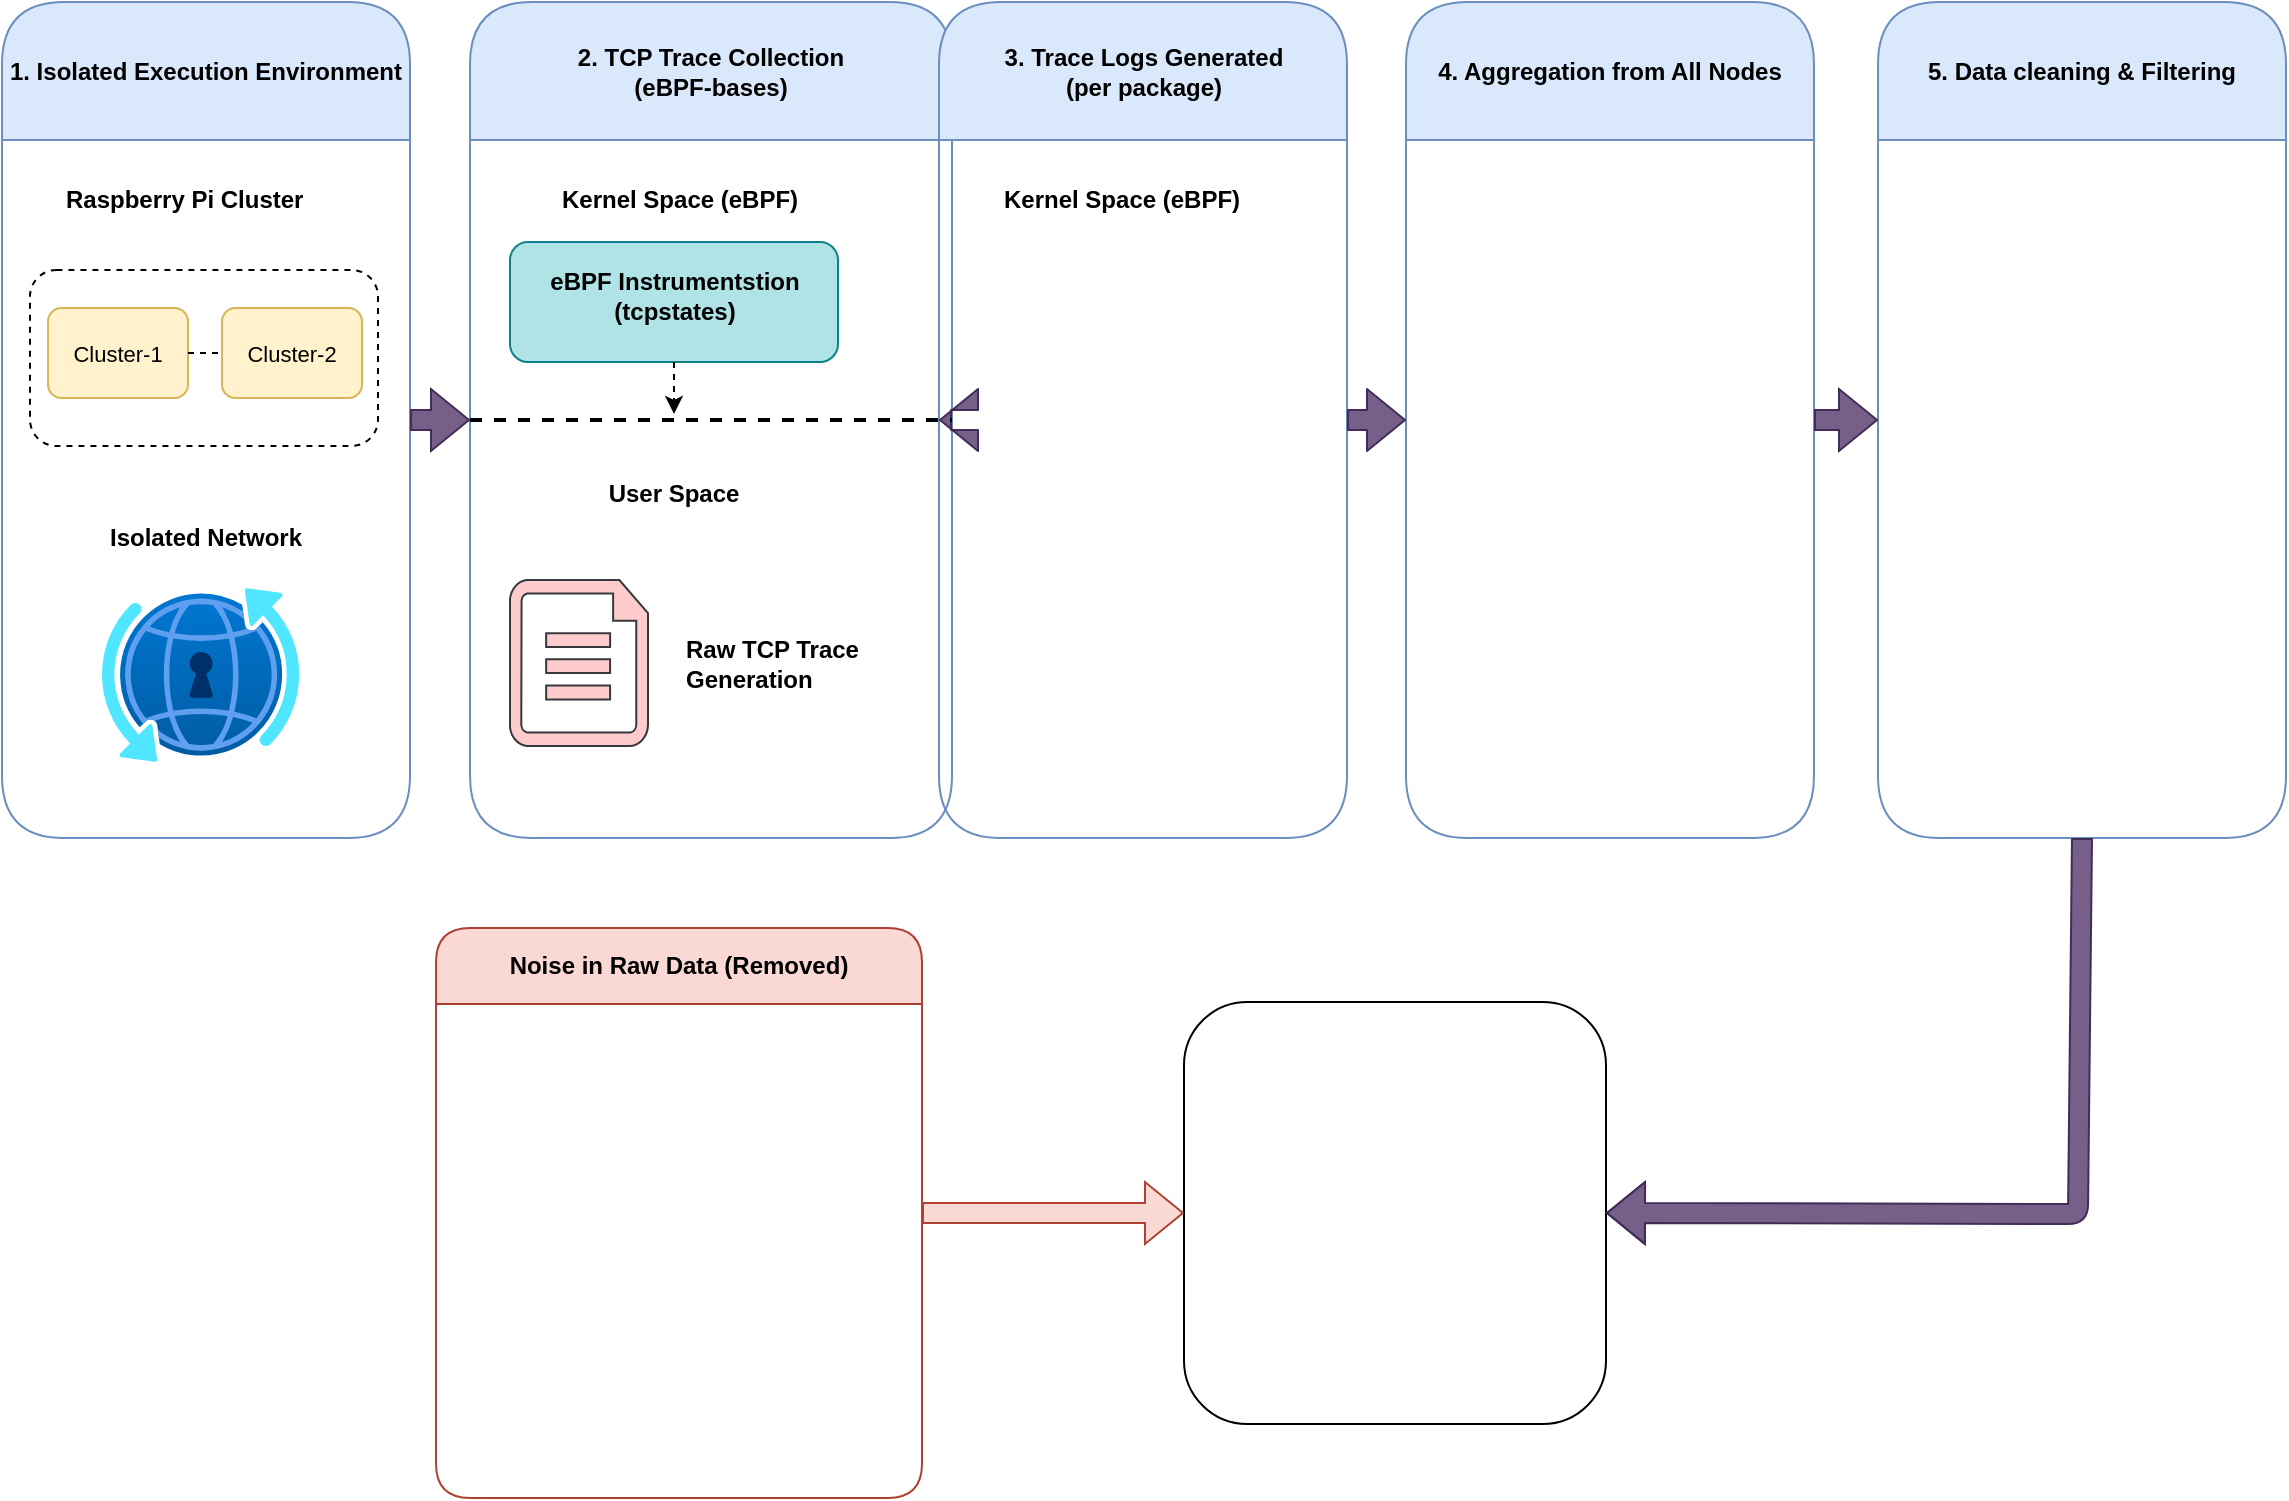
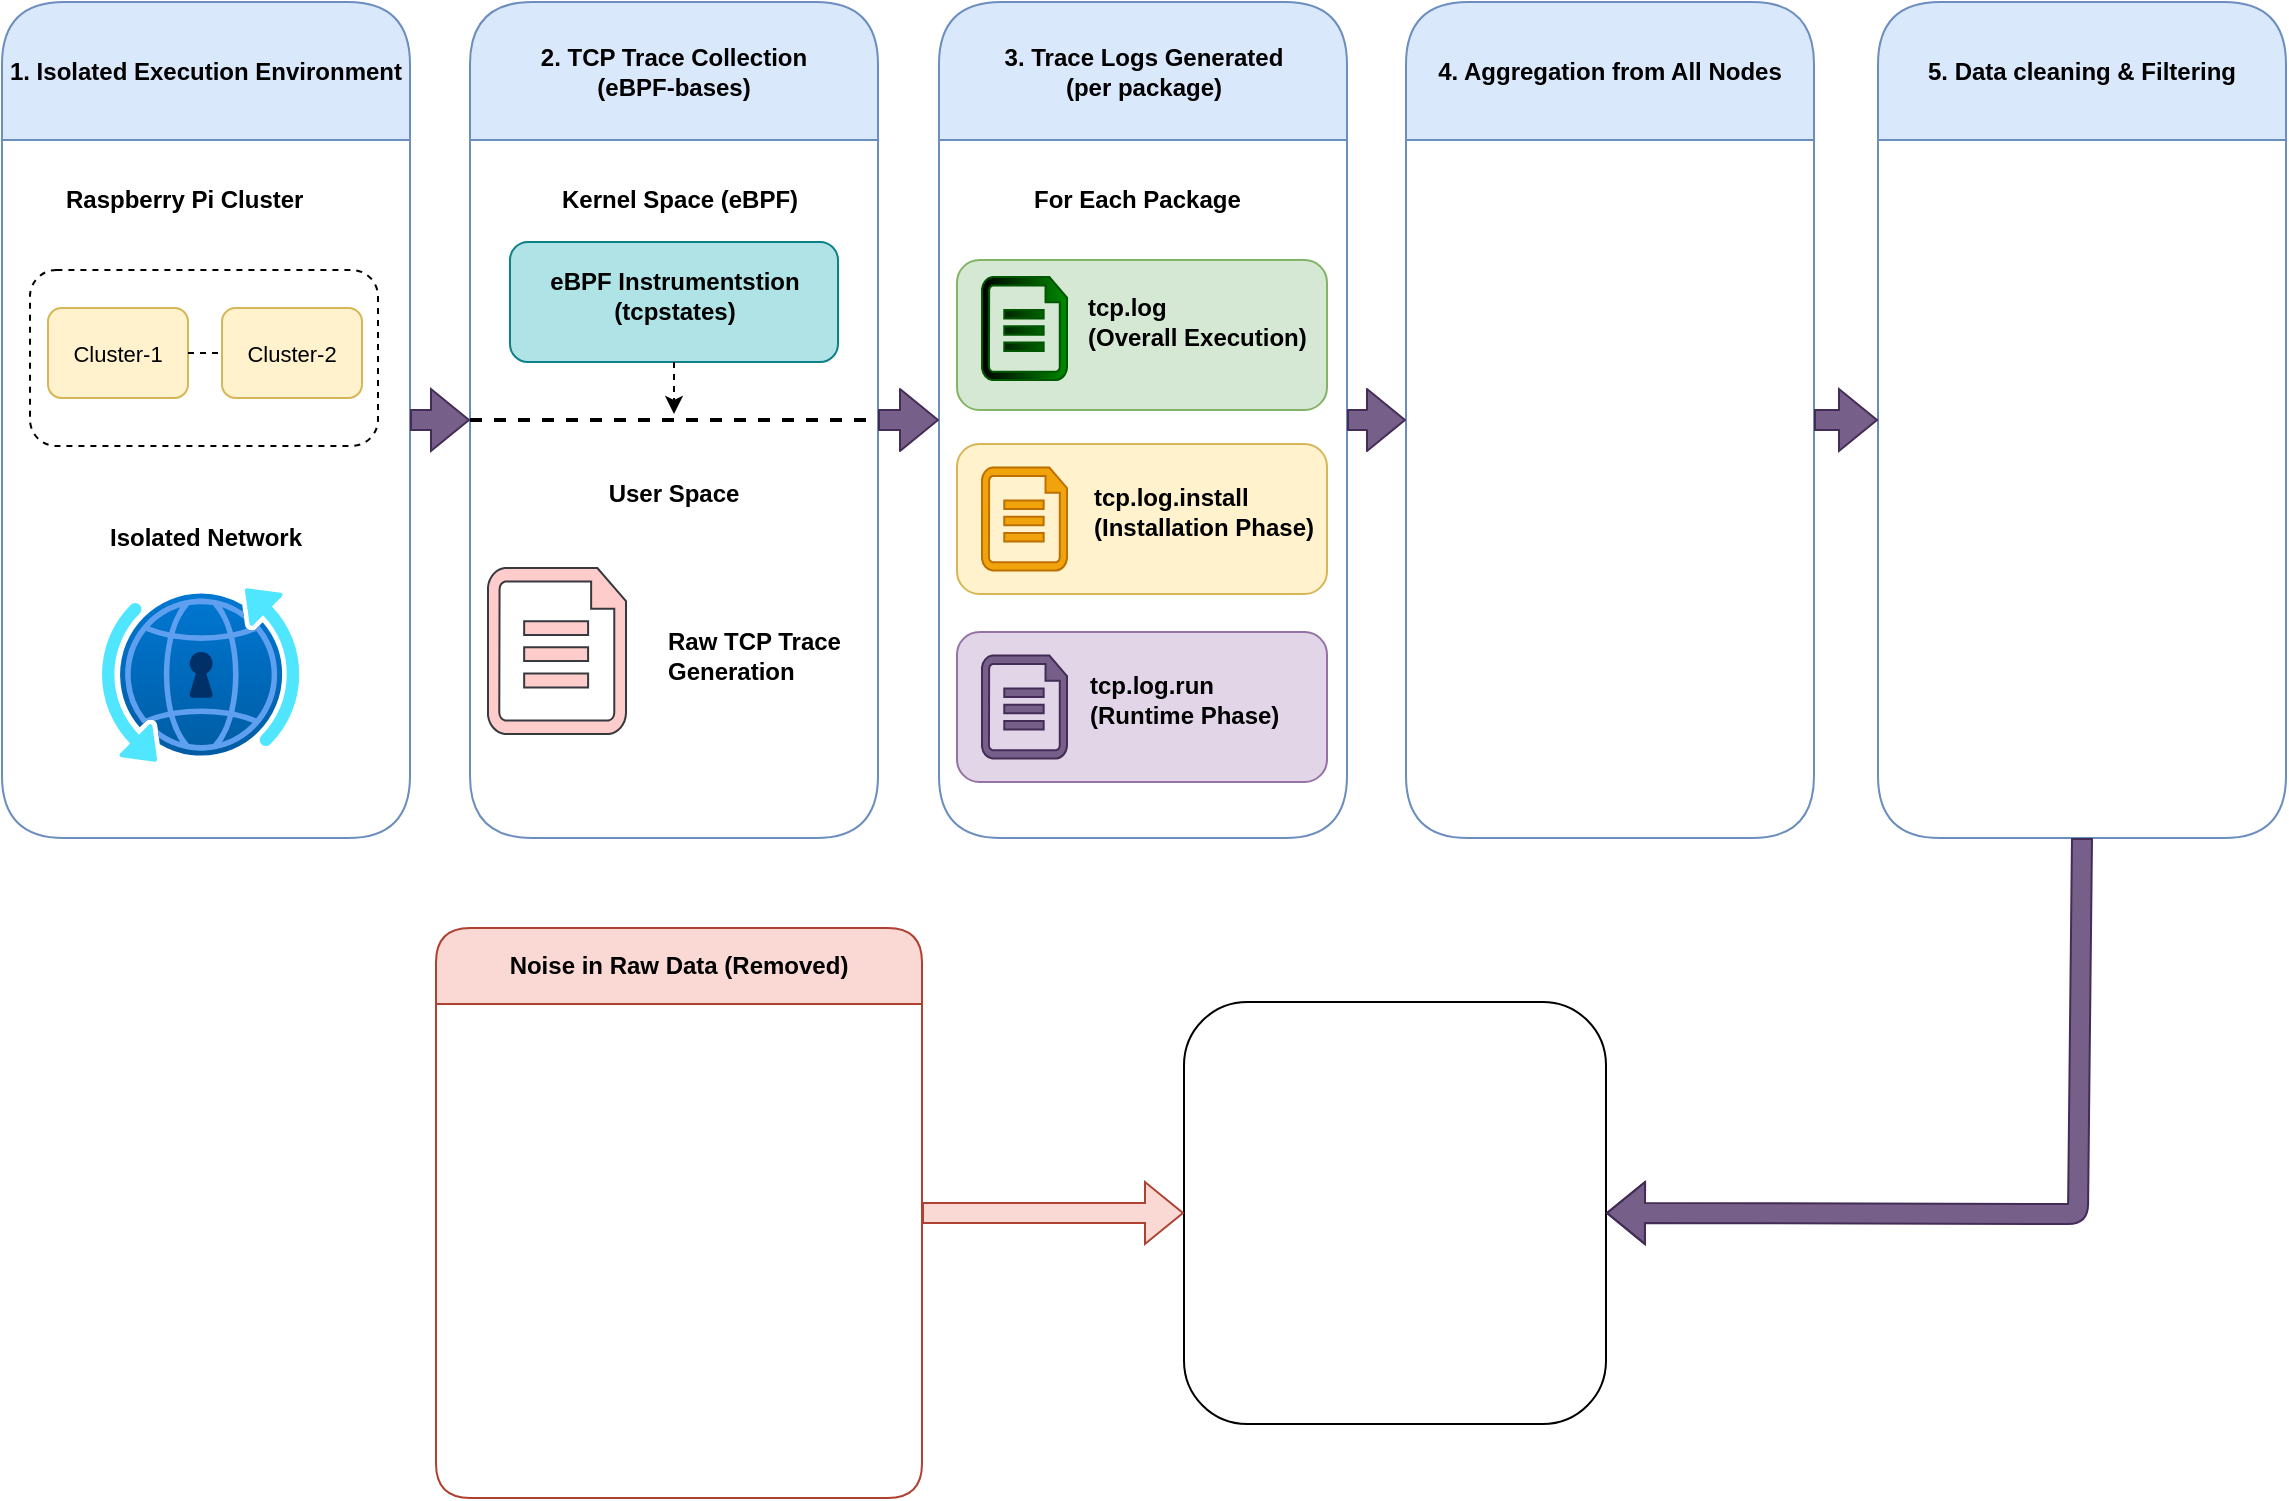
<mxfile host="app.diagrams.net">
  <diagram name="Page-1" id="8kyjSIY6fsYWo43MdOdE">
    <mxGraphModel dx="1406" dy="814" grid="0" gridSize="10" guides="1" tooltips="1" connect="1" arrows="1" fold="1" page="1" pageScale="1" pageWidth="1181" pageHeight="827" background="none" math="0" shadow="0">
      <root>
        <mxCell id="0" />
        <mxCell id="1" parent="0" />
        <mxCell id="yPxf8Ypyw46N0n0ri4En-1" parent="1" style="swimlane;whiteSpace=wrap;html=1;swimlaneFillColor=none;rounded=1;startSize=69;strokeColor=#6c8ebf;fillColor=#dae8fc;" value="1. Isolated Execution Environment" vertex="1">
          <mxGeometry height="418" width="204" x="20" y="29" as="geometry" />
        </mxCell>
        <mxCell id="9OX9V2n5WXdKuxMzRrJa-6" parent="yPxf8Ypyw46N0n0ri4En-1" style="text;strokeColor=none;fillColor=none;align=left;verticalAlign=middle;spacingLeft=4;spacingRight=4;overflow=hidden;points=[[0,0.5],[1,0.5]];portConstraint=eastwest;rotatable=0;whiteSpace=wrap;html=1;" value="&lt;b&gt;Raspberry Pi Cluster&lt;/b&gt;" vertex="1">
          <mxGeometry height="30" width="152" x="26" y="84" as="geometry" />
        </mxCell>
        <mxCell id="9OX9V2n5WXdKuxMzRrJa-7" parent="yPxf8Ypyw46N0n0ri4En-1" style="rounded=1;whiteSpace=wrap;html=1;dashed=1;" value="" vertex="1">
          <mxGeometry height="88" width="174" x="14" y="134" as="geometry" />
        </mxCell>
        <mxCell id="9OX9V2n5WXdKuxMzRrJa-8" parent="yPxf8Ypyw46N0n0ri4En-1" style="rounded=1;whiteSpace=wrap;html=1;fillColor=#fff2cc;strokeColor=#d6b656;" value="" vertex="1">
          <mxGeometry height="45" width="70" x="23" y="153" as="geometry" />
        </mxCell>
        <mxCell id="9OX9V2n5WXdKuxMzRrJa-9" parent="yPxf8Ypyw46N0n0ri4En-1" style="rounded=1;whiteSpace=wrap;html=1;fillColor=#fff2cc;strokeColor=#d6b656;" value="" vertex="1">
          <mxGeometry height="45" width="70" x="110" y="153" as="geometry" />
        </mxCell>
        <mxCell id="9OX9V2n5WXdKuxMzRrJa-10" parent="yPxf8Ypyw46N0n0ri4En-1" style="text;html=1;whiteSpace=wrap;strokeColor=none;fillColor=none;align=center;verticalAlign=middle;rounded=0;" value="&lt;font style=&quot;font-size: 11px;&quot;&gt;Cluster-1&lt;/font&gt;" vertex="1">
          <mxGeometry height="18.5" width="50" x="33" y="166.25" as="geometry" />
        </mxCell>
        <mxCell id="9OX9V2n5WXdKuxMzRrJa-11" parent="yPxf8Ypyw46N0n0ri4En-1" style="text;html=1;whiteSpace=wrap;strokeColor=none;fillColor=none;align=center;verticalAlign=middle;rounded=0;" value="&lt;font style=&quot;font-size: 11px;&quot;&gt;Cluster-2&lt;/font&gt;" vertex="1">
          <mxGeometry height="18.5" width="50" x="120" y="166.25" as="geometry" />
        </mxCell>
        <mxCell id="9OX9V2n5WXdKuxMzRrJa-12" edge="1" parent="yPxf8Ypyw46N0n0ri4En-1" source="9OX9V2n5WXdKuxMzRrJa-8" style="endArrow=none;html=1;rounded=0;exitX=1;exitY=0.5;exitDx=0;exitDy=0;entryX=0;entryY=0.5;entryDx=0;entryDy=0;dashed=1;" target="9OX9V2n5WXdKuxMzRrJa-9" value="">
          <mxGeometry height="50" relative="1" width="50" as="geometry">
            <mxPoint x="545" y="408" as="sourcePoint" />
            <mxPoint x="595" y="358" as="targetPoint" />
          </mxGeometry>
        </mxCell>
        <mxCell id="9OX9V2n5WXdKuxMzRrJa-14" parent="yPxf8Ypyw46N0n0ri4En-1" style="text;strokeColor=none;fillColor=none;align=left;verticalAlign=middle;spacingLeft=4;spacingRight=4;overflow=hidden;points=[[0,0.5],[1,0.5]];portConstraint=eastwest;rotatable=0;whiteSpace=wrap;html=1;" value="&lt;b&gt;Isolated Network&lt;/b&gt;" vertex="1">
          <mxGeometry height="30" width="109" x="47.5" y="253" as="geometry" />
        </mxCell>
        <mxCell id="9OX9V2n5WXdKuxMzRrJa-15" parent="yPxf8Ypyw46N0n0ri4En-1" style="image;aspect=fixed;html=1;points=[];align=center;fontSize=12;image=img/lib/azure2/networking/DNS_Private_Resolver.svg;" value="" vertex="1">
          <mxGeometry height="87" width="98.6" x="50" y="293" as="geometry" />
        </mxCell>
        <mxCell id="yPxf8Ypyw46N0n0ri4En-4" parent="1" style="swimlane;whiteSpace=wrap;html=1;swimlaneFillColor=none;rounded=1;startSize=69;strokeColor=#6c8ebf;fillColor=#dae8fc;" value="2. TCP Trace Collection&lt;div&gt;(eBPF-bases)&lt;/div&gt;" vertex="1">
-           <mxGeometry height="418" width="241" x="254" y="29" as="geometry" />
+           <mxGeometry height="418" width="204" x="254" y="29" as="geometry" />
        </mxCell>
        <mxCell id="9OX9V2n5WXdKuxMzRrJa-16" parent="yPxf8Ypyw46N0n0ri4En-4" style="text;strokeColor=none;fillColor=none;align=left;verticalAlign=middle;spacingLeft=4;spacingRight=4;overflow=hidden;points=[[0,0.5],[1,0.5]];portConstraint=eastwest;rotatable=0;whiteSpace=wrap;html=1;" value="&lt;b&gt;Kernel Space (eBPF)&lt;/b&gt;" vertex="1">
          <mxGeometry height="30" width="134" x="40" y="84" as="geometry" />
        </mxCell>
        <mxCell id="9OX9V2n5WXdKuxMzRrJa-20" parent="yPxf8Ypyw46N0n0ri4En-4" style="rounded=1;whiteSpace=wrap;html=1;fillColor=#b0e3e6;strokeColor=#0e8088;" value="" vertex="1">
          <mxGeometry height="60" width="164" x="20" y="120" as="geometry" />
        </mxCell>
        <mxCell id="9OX9V2n5WXdKuxMzRrJa-22" parent="yPxf8Ypyw46N0n0ri4En-4" style="text;html=1;whiteSpace=wrap;strokeColor=none;fillColor=none;align=center;verticalAlign=middle;rounded=0;" value="&lt;b&gt;eBPF Instrumentstion&lt;/b&gt;&lt;div&gt;&lt;b&gt;(tcpstates)&lt;/b&gt;&lt;/div&gt;" vertex="1">
          <mxGeometry height="35" width="133" x="35.5" y="129" as="geometry" />
        </mxCell>
        <mxCell id="9OX9V2n5WXdKuxMzRrJa-23" parent="yPxf8Ypyw46N0n0ri4En-4" style="text;html=1;whiteSpace=wrap;strokeColor=none;fillColor=none;align=center;verticalAlign=middle;rounded=0;" value="&lt;b&gt;User Space&lt;/b&gt;" vertex="1">
          <mxGeometry height="30" width="122" x="41" y="231" as="geometry" />
        </mxCell>
        <mxCell id="9OX9V2n5WXdKuxMzRrJa-24" parent="yPxf8Ypyw46N0n0ri4En-4" style="verticalLabelPosition=bottom;html=1;verticalAlign=top;align=center;shape=mxgraph.azure.cloud_services_configuration_file;pointerEvents=1;fillColor=#ffcccc;strokeColor=#36393d;" value="" vertex="1">
-           <mxGeometry height="83" width="69" x="20" y="289" as="geometry" />
+           <mxGeometry height="83" width="69" x="9" y="283" as="geometry" />
        </mxCell>
-         <mxCell id="9OX9V2n5WXdKuxMzRrJa-25" parent="yPxf8Ypyw46N0n0ri4En-4" style="text;strokeColor=none;fillColor=none;align=left;verticalAlign=middle;spacingLeft=4;spacingRight=4;overflow=hidden;points=[[0,0.5],[1,0.5]];portConstraint=eastwest;rotatable=0;whiteSpace=wrap;html=1;" value="&lt;b&gt;Raw TCP Trace&lt;/b&gt;&lt;div&gt;&lt;b&gt;Generation&lt;/b&gt;&lt;/div&gt;" vertex="1">
-           <mxGeometry height="57" width="114" x="102" y="302" as="geometry" />
+         <mxCell id="9OX9V2n5WXdKuxMzRrJa-26" parent="yPxf8Ypyw46N0n0ri4En-4" style="text;strokeColor=none;fillColor=none;align=left;verticalAlign=middle;spacingLeft=4;spacingRight=4;overflow=hidden;points=[[0,0.5],[1,0.5]];portConstraint=eastwest;rotatable=0;whiteSpace=wrap;html=1;" value="&lt;b&gt;Raw TCP Trace&lt;/b&gt;&lt;div&gt;&lt;b&gt;Generation&lt;/b&gt;&lt;/div&gt;" vertex="1">
+           <mxGeometry height="74" width="99" x="93" y="290" as="geometry" />
        </mxCell>
        <mxCell id="yPxf8Ypyw46N0n0ri4En-5" parent="1" style="swimlane;whiteSpace=wrap;html=1;swimlaneFillColor=none;rounded=1;startSize=69;strokeColor=#6c8ebf;fillColor=#dae8fc;" value="3. Trace Logs Generated&lt;div&gt;(per package)&lt;/div&gt;" vertex="1">
          <mxGeometry height="418" width="204" x="488.5" y="29" as="geometry" />
        </mxCell>
-         <mxCell id="9OX9V2n5WXdKuxMzRrJa-17" parent="yPxf8Ypyw46N0n0ri4En-5" style="text;strokeColor=none;fillColor=none;align=left;verticalAlign=middle;spacingLeft=4;spacingRight=4;overflow=hidden;points=[[0,0.5],[1,0.5]];portConstraint=eastwest;rotatable=0;whiteSpace=wrap;html=1;" value="&lt;b&gt;Kernel Space (eBPF)&lt;/b&gt;" vertex="1">
-           <mxGeometry height="30" width="152" x="26.5" y="84" as="geometry" />
+         <mxCell id="9OX9V2n5WXdKuxMzRrJa-17" parent="yPxf8Ypyw46N0n0ri4En-5" style="text;strokeColor=none;fillColor=none;align=left;verticalAlign=middle;spacingLeft=4;spacingRight=4;overflow=hidden;points=[[0,0.5],[1,0.5]];portConstraint=eastwest;rotatable=0;whiteSpace=wrap;html=1;" value="&lt;b&gt;For Each Package&lt;/b&gt;" vertex="1">
+           <mxGeometry height="30" width="121.5" x="41.5" y="84" as="geometry" />
+         </mxCell>
+         <mxCell id="9OX9V2n5WXdKuxMzRrJa-27" parent="yPxf8Ypyw46N0n0ri4En-5" style="rounded=1;whiteSpace=wrap;html=1;fillColor=#d5e8d4;strokeColor=#82b366;" value="" vertex="1">
+           <mxGeometry height="75" width="185" x="9" y="129" as="geometry" />
+         </mxCell>
+         <mxCell id="9OX9V2n5WXdKuxMzRrJa-28" parent="yPxf8Ypyw46N0n0ri4En-5" style="rounded=1;whiteSpace=wrap;html=1;fillColor=#fff2cc;strokeColor=#d6b656;" value="" vertex="1">
+           <mxGeometry height="75" width="185" x="9" y="221" as="geometry" />
+         </mxCell>
+         <mxCell id="9OX9V2n5WXdKuxMzRrJa-29" parent="yPxf8Ypyw46N0n0ri4En-5" style="rounded=1;whiteSpace=wrap;html=1;fillColor=#e1d5e7;strokeColor=#9673a6;" value="" vertex="1">
+           <mxGeometry height="75" width="185" x="9" y="315" as="geometry" />
+         </mxCell>
+         <mxCell id="9OX9V2n5WXdKuxMzRrJa-31" parent="yPxf8Ypyw46N0n0ri4En-5" style="verticalLabelPosition=bottom;html=1;verticalAlign=top;align=center;strokeColor=#005700;fillColor=#008a00;shape=mxgraph.azure.cloud_services_configuration_file;pointerEvents=1;fontColor=#ffffff;shadow=0;gradientColor=default;gradientDirection=west;" value="" vertex="1">
+           <mxGeometry height="51.5" width="42.5" x="21.5" y="137.5" as="geometry" />
+         </mxCell>
+         <mxCell id="9OX9V2n5WXdKuxMzRrJa-32" parent="yPxf8Ypyw46N0n0ri4En-5" style="verticalLabelPosition=bottom;html=1;verticalAlign=top;align=center;strokeColor=#BD7000;fillColor=#f0a30a;shape=mxgraph.azure.cloud_services_configuration_file;pointerEvents=1;fontColor=#000000;shadow=0;gradientDirection=west;" value="" vertex="1">
+           <mxGeometry height="51.5" width="42.5" x="21.5" y="232.75" as="geometry" />
+         </mxCell>
+         <mxCell id="9OX9V2n5WXdKuxMzRrJa-33" parent="yPxf8Ypyw46N0n0ri4En-5" style="verticalLabelPosition=bottom;html=1;verticalAlign=top;align=center;strokeColor=#432D57;fillColor=#76608a;shape=mxgraph.azure.cloud_services_configuration_file;pointerEvents=1;fontColor=#ffffff;shadow=0;gradientDirection=west;" value="" vertex="1">
+           <mxGeometry height="51.5" width="42.5" x="21.5" y="326.75" as="geometry" />
+         </mxCell>
+         <mxCell id="9OX9V2n5WXdKuxMzRrJa-34" parent="yPxf8Ypyw46N0n0ri4En-5" style="text;strokeColor=none;fillColor=none;align=left;verticalAlign=middle;spacingLeft=4;spacingRight=4;overflow=hidden;points=[[0,0.5],[1,0.5]];portConstraint=eastwest;rotatable=0;whiteSpace=wrap;html=1;" value="&lt;b&gt;tcp.log&lt;/b&gt;&lt;div&gt;&lt;b&gt;(Overall Execution)&lt;/b&gt;&lt;/div&gt;" vertex="1">
+           <mxGeometry height="44" width="122" x="68" y="137.5" as="geometry" />
+         </mxCell>
+         <mxCell id="9OX9V2n5WXdKuxMzRrJa-35" parent="yPxf8Ypyw46N0n0ri4En-5" style="text;strokeColor=none;fillColor=none;align=left;verticalAlign=middle;spacingLeft=4;spacingRight=4;overflow=hidden;points=[[0,0.5],[1,0.5]];portConstraint=eastwest;rotatable=0;whiteSpace=wrap;html=1;" value="&lt;b&gt;tcp.log.install&lt;/b&gt;&lt;div&gt;&lt;b&gt;(Installation Phase)&lt;/b&gt;&lt;/div&gt;" vertex="1">
+           <mxGeometry height="44" width="121" x="71" y="232.75" as="geometry" />
+         </mxCell>
+         <mxCell id="9OX9V2n5WXdKuxMzRrJa-36" parent="yPxf8Ypyw46N0n0ri4En-5" style="text;strokeColor=none;fillColor=none;align=left;verticalAlign=middle;spacingLeft=4;spacingRight=4;overflow=hidden;points=[[0,0.5],[1,0.5]];portConstraint=eastwest;rotatable=0;whiteSpace=wrap;html=1;" value="&lt;b&gt;tcp.log.run&lt;/b&gt;&lt;div&gt;&lt;b&gt;(Runtime Phase)&lt;/b&gt;&lt;/div&gt;" vertex="1">
+           <mxGeometry height="44" width="119" x="69" y="326.75" as="geometry" />
        </mxCell>
        <mxCell id="yPxf8Ypyw46N0n0ri4En-6" parent="1" style="swimlane;whiteSpace=wrap;html=1;swimlaneFillColor=none;rounded=1;startSize=69;strokeColor=#6c8ebf;fillColor=#dae8fc;" value="4. Aggregation from All Nodes" vertex="1">
          <mxGeometry height="418" width="204" x="722" y="29" as="geometry" />
        </mxCell>
        <mxCell id="yPxf8Ypyw46N0n0ri4En-7" parent="1" style="swimlane;whiteSpace=wrap;html=1;swimlaneFillColor=none;rounded=1;startSize=69;strokeColor=#6c8ebf;fillColor=#dae8fc;" value="5. Data cleaning &amp;amp; Filtering" vertex="1">
          <mxGeometry height="418" width="204" x="958" y="29" as="geometry" />
        </mxCell>
        <mxCell id="yPxf8Ypyw46N0n0ri4En-8" parent="1" style="whiteSpace=wrap;html=1;aspect=fixed;rounded=1;strokeWidth=1;" value="" vertex="1">
          <mxGeometry height="211" width="211" x="611" y="529" as="geometry" />
        </mxCell>
        <mxCell id="yPxf8Ypyw46N0n0ri4En-9" edge="1" parent="1" source="yPxf8Ypyw46N0n0ri4En-7" style="endArrow=classic;html=1;rounded=1;exitX=0.5;exitY=1;exitDx=0;exitDy=0;entryX=1;entryY=0.5;entryDx=0;entryDy=0;shape=flexArrow;strokeWidth=1;strokeColor=#432D57;fillColor=#76608a;" target="yPxf8Ypyw46N0n0ri4En-8" value="">
          <mxGeometry height="50" relative="1" width="50" as="geometry">
            <Array as="points">
              <mxPoint x="1058" y="635" />
            </Array>
            <mxPoint x="567" y="544" as="sourcePoint" />
            <mxPoint x="617" y="494" as="targetPoint" />
          </mxGeometry>
        </mxCell>
        <mxCell id="yPxf8Ypyw46N0n0ri4En-10" edge="1" parent="1" source="yPxf8Ypyw46N0n0ri4En-4" style="endArrow=classic;html=1;rounded=1;exitX=1;exitY=0.5;exitDx=0;exitDy=0;entryX=0;entryY=0.5;entryDx=0;entryDy=0;shape=flexArrow;fillColor=#76608a;strokeColor=#432D57;" target="yPxf8Ypyw46N0n0ri4En-5" value="">
          <mxGeometry height="50" relative="1" width="50" as="geometry">
            <mxPoint x="567" y="444" as="sourcePoint" />
            <mxPoint x="617" y="394" as="targetPoint" />
          </mxGeometry>
        </mxCell>
        <mxCell id="9OX9V2n5WXdKuxMzRrJa-1" edge="1" parent="1" source="yPxf8Ypyw46N0n0ri4En-5" style="endArrow=classic;html=1;rounded=1;exitX=1;exitY=0.5;exitDx=0;exitDy=0;entryX=0;entryY=0.5;entryDx=0;entryDy=0;shape=flexArrow;fillColor=#76608a;strokeColor=#432D57;" target="yPxf8Ypyw46N0n0ri4En-6" value="">
          <mxGeometry height="50" relative="1" width="50" as="geometry">
            <mxPoint x="565" y="444" as="sourcePoint" />
            <mxPoint x="615" y="394" as="targetPoint" />
          </mxGeometry>
        </mxCell>
        <mxCell id="9OX9V2n5WXdKuxMzRrJa-2" edge="1" parent="1" source="yPxf8Ypyw46N0n0ri4En-6" style="endArrow=classic;html=1;rounded=0;exitX=1;exitY=0.5;exitDx=0;exitDy=0;entryX=0;entryY=0.5;entryDx=0;entryDy=0;shape=flexArrow;fillColor=#76608a;strokeColor=#432D57;" target="yPxf8Ypyw46N0n0ri4En-7" value="">
          <mxGeometry height="50" relative="1" width="50" as="geometry">
            <mxPoint x="565" y="444" as="sourcePoint" />
            <mxPoint x="615" y="394" as="targetPoint" />
          </mxGeometry>
        </mxCell>
        <mxCell id="9OX9V2n5WXdKuxMzRrJa-3" edge="1" parent="1" source="yPxf8Ypyw46N0n0ri4En-1" style="endArrow=classic;html=1;rounded=0;exitX=1;exitY=0.5;exitDx=0;exitDy=0;entryX=0;entryY=0.5;entryDx=0;entryDy=0;shape=flexArrow;fillColor=#76608a;strokeColor=#432D57;" target="yPxf8Ypyw46N0n0ri4En-4" value="">
          <mxGeometry height="50" relative="1" width="50" as="geometry">
            <mxPoint x="565" y="444" as="sourcePoint" />
            <mxPoint x="615" y="394" as="targetPoint" />
          </mxGeometry>
        </mxCell>
        <mxCell id="9OX9V2n5WXdKuxMzRrJa-4" parent="1" style="swimlane;whiteSpace=wrap;html=1;startSize=38;rounded=1;fillColor=#fad9d5;strokeColor=#ae4132;" value="Noise in Raw Data (Removed)" vertex="1">
          <mxGeometry height="285" width="243" x="237" y="492" as="geometry" />
        </mxCell>
        <mxCell id="9OX9V2n5WXdKuxMzRrJa-5" edge="1" parent="1" source="9OX9V2n5WXdKuxMzRrJa-4" style="endArrow=classic;html=1;rounded=0;exitX=1;exitY=0.5;exitDx=0;exitDy=0;entryX=0;entryY=0.5;entryDx=0;entryDy=0;shape=flexArrow;fillColor=#fad9d5;strokeColor=#ae4132;" target="yPxf8Ypyw46N0n0ri4En-8" value="">
          <mxGeometry height="50" relative="1" width="50" as="geometry">
            <mxPoint x="565" y="437" as="sourcePoint" />
            <mxPoint x="615" y="387" as="targetPoint" />
          </mxGeometry>
        </mxCell>
        <mxCell id="9OX9V2n5WXdKuxMzRrJa-19" edge="1" parent="1" source="yPxf8Ypyw46N0n0ri4En-4" style="endArrow=none;dashed=1;html=1;rounded=0;exitX=0;exitY=0.5;exitDx=0;exitDy=0;entryX=1;entryY=0.5;entryDx=0;entryDy=0;strokeWidth=2;" target="yPxf8Ypyw46N0n0ri4En-4" value="">
          <mxGeometry height="50" relative="1" width="50" as="geometry">
            <mxPoint x="565" y="430" as="sourcePoint" />
            <mxPoint x="460" y="240" as="targetPoint" />
          </mxGeometry>
        </mxCell>
        <mxCell id="9OX9V2n5WXdKuxMzRrJa-21" edge="1" parent="1" source="9OX9V2n5WXdKuxMzRrJa-20" style="endArrow=classic;html=1;rounded=0;exitX=0.5;exitY=1;exitDx=0;exitDy=0;dashed=1;" value="">
          <mxGeometry height="50" relative="1" width="50" as="geometry">
            <mxPoint x="565" y="430" as="sourcePoint" />
            <mxPoint x="356" y="235" as="targetPoint" />
          </mxGeometry>
        </mxCell>
      </root>
    </mxGraphModel>
  </diagram>
</mxfile>
